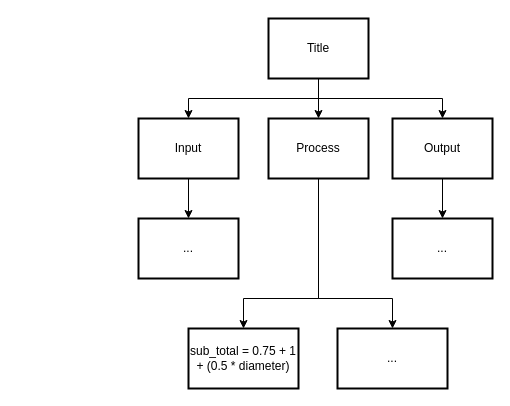
This is drawio/topDownDesign/topDownDesign.drawio from Aidan-Lalonde-Novales/ICS3U-Assignment6-Python, a draw.io file, before an edit. Source tidied: cells renumbered, new cells numbered last; positions are measured from the earlier drawing's top-left corner, leaving out a move shared by most shapes. Both pictures are drawn from the tidied source at 100%, with x=0, y=0 at pixel (138, 18).
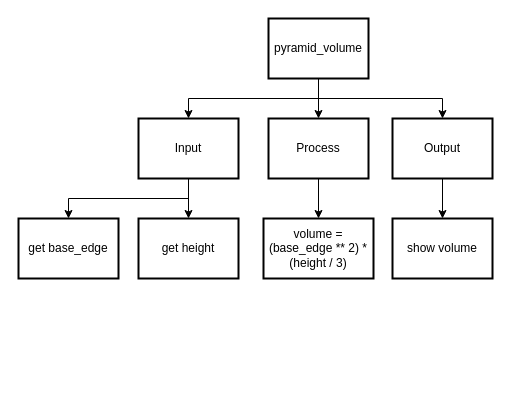
The same diagram, later.

The change refers to these unchanged cells:
```xml
<mxCell id="4" value="Process" style="rounded=0;whiteSpace=wrap;html=1;absoluteArcSize=1;arcSize=14;strokeWidth=2;" parent="1" vertex="1">
  <mxGeometry x="130" y="100" width="100" height="60" as="geometry" />
</mxCell>
<mxCell id="10" value="Input" style="rounded=0;whiteSpace=wrap;html=1;absoluteArcSize=1;arcSize=14;strokeWidth=2;" parent="1" vertex="1">
  <mxGeometry y="100" width="100" height="60" as="geometry" />
</mxCell>
```

The edit, as a diff of the source:
```diff
@@
-    <mxCell id="2" style="edgeStyle=none;rounded=0;html=1;exitX=0.5;exitY=1;exitDx=0;exitDy=0;entryX=0.5;entryY=0;entryDx=0;entryDy=0;" parent="1" edge="1" source="4" target="15">
-      <mxGeometry relative="1" as="geometry">
-        <Array as="points">
-          <mxPoint x="180" y="280" />
-          <mxPoint x="105" y="280" />
-        </Array>
-      </mxGeometry>
-    </mxCell>
-    <mxCell id="3" style="edgeStyle=none;rounded=0;html=1;exitX=0.5;exitY=1;exitDx=0;exitDy=0;entryX=0.5;entryY=0;entryDx=0;entryDy=0;" parent="1" edge="1" source="4" target="16">
-      <mxGeometry relative="1" as="geometry">
-        <Array as="points">
-          <mxPoint x="180" y="280" />
-          <mxPoint x="254" y="280" />
-        </Array>
-      </mxGeometry>
+    <mxCell id="3" style="edgeStyle=none;html=1;exitX=0.5;exitY=1;exitDx=0;exitDy=0;entryX=0.5;entryY=0;entryDx=0;entryDy=0;" parent="1" edge="1" source="4" target="16">
+      <mxGeometry relative="1" as="geometry" />
     </mxCell>
@@
-    <mxCell id="8" value="Title" style="rounded=0;whiteSpace=wrap;html=1;absoluteArcSize=1;arcSize=14;strokeWidth=2;" parent="1" vertex="1">
+    <mxCell id="8" value="pyramid_volume" style="rounded=0;whiteSpace=wrap;html=1;absoluteArcSize=1;arcSize=14;strokeWidth=2;" parent="1" vertex="1">
       <mxGeometry x="130" width="100" height="60" as="geometry" />
     </mxCell>
     <mxCell id="9" style="edgeStyle=none;rounded=0;html=1;exitX=0.5;exitY=1;exitDx=0;exitDy=0;entryX=0.5;entryY=0;entryDx=0;entryDy=0;" parent="1" edge="1" source="10" target="13">
-      <mxGeometry relative="1" as="geometry" />
+      <mxGeometry relative="1" as="geometry">
+        <Array as="points">
+          <mxPoint x="50" y="180" />
+          <mxPoint x="-70" y="180" />
+        </Array>
+      </mxGeometry>
     </mxCell>
+    <mxCell id="17" style="edgeStyle=none;html=1;exitX=0.5;exitY=1;exitDx=0;exitDy=0;entryX=0.5;entryY=0;entryDx=0;entryDy=0;" parent="1" edge="1" source="10" target="18">
+      <mxGeometry relative="1" as="geometry" />
+    </mxCell>
@@
-    <mxCell id="13" value="..." style="rounded=0;whiteSpace=wrap;html=1;absoluteArcSize=1;arcSize=14;strokeWidth=2;" parent="1" vertex="1">
-      <mxGeometry y="200" width="100" height="60" as="geometry" />
+    <mxCell id="13" value="get base_edge" style="rounded=0;whiteSpace=wrap;html=1;absoluteArcSize=1;arcSize=14;strokeWidth=2;" parent="1" vertex="1">
+      <mxGeometry x="-120" y="200" width="100" height="60" as="geometry" />
     </mxCell>
-    <mxCell id="14" value="..." style="rounded=0;whiteSpace=wrap;html=1;absoluteArcSize=1;arcSize=14;strokeWidth=2;" parent="1" vertex="1">
+    <mxCell id="14" value="show volume" style="rounded=0;whiteSpace=wrap;html=1;absoluteArcSize=1;arcSize=14;strokeWidth=2;" parent="1" vertex="1">
       <mxGeometry x="254" y="200" width="100" height="60" as="geometry" />
     </mxCell>
-    <mxCell id="15" value="sub_total = 0.75 + 1 + (0.5 * diameter)" style="rounded=0;whiteSpace=wrap;html=1;absoluteArcSize=1;arcSize=14;strokeWidth=2;" parent="1" vertex="1">
-      <mxGeometry x="50" y="310" width="110" height="60" as="geometry" />
-    </mxCell>
-    <mxCell id="16" value="..." style="rounded=0;whiteSpace=wrap;html=1;absoluteArcSize=1;arcSize=14;strokeWidth=2;" parent="1" vertex="1">
-      <mxGeometry x="199" y="310" width="110" height="60" as="geometry" />
+    <mxCell id="16" value="volume = (base_edge&amp;nbsp;** 2) * (height / 3)" style="rounded=0;whiteSpace=wrap;html=1;absoluteArcSize=1;arcSize=14;strokeWidth=2;" parent="1" vertex="1">
+      <mxGeometry x="125" y="200" width="110" height="60" as="geometry" />
     </mxCell>
+    <mxCell id="18" value="get height" style="rounded=0;whiteSpace=wrap;html=1;absoluteArcSize=1;arcSize=14;strokeWidth=2;" parent="1" vertex="1">
+      <mxGeometry y="200" width="100" height="60" as="geometry" />
+    </mxCell>
```
